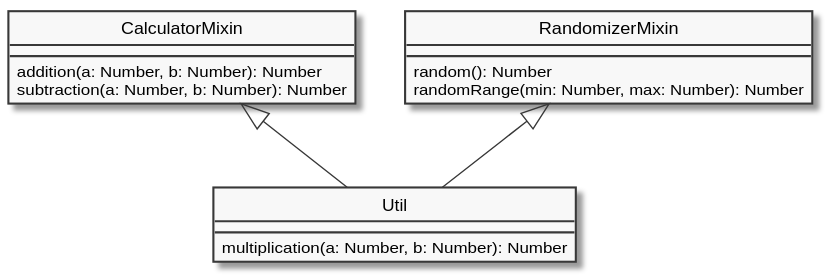
The PlantUML diagram core/object/assets/object-util-randomize-calculator.svg in ifpb/php-guide, before a commit. The source it was exported from:
```plantuml
@startuml
skinparam classAttributeIconSize 0
skinparam monochrome true
hide circle

class CalculatorMixin {
    addition(a: Number, b: Number): Number
    subtraction(a: Number, b: Number): Number
}

class RandomizerMixin {
    random(): Number
    randomRange(min: Number, max: Number): Number
}

class Util {
    multiplication(a: Number, b: Number): Number
}

CalculatorMixin <|-- Util
RandomizerMixin <|-- Util
@enduml
```
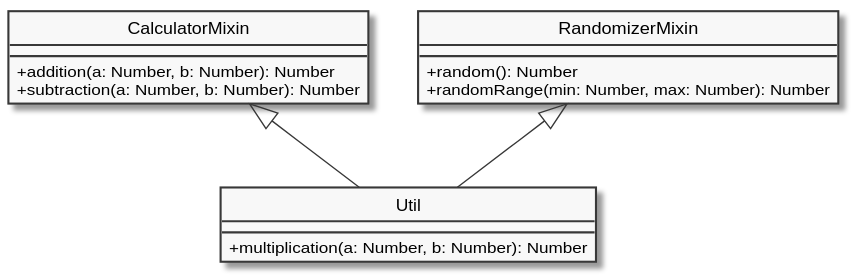
Above is the later version.

Change to the diagram source:
```diff
@@ -4,17 +4,17 @@
 hide circle
 
 class CalculatorMixin {
-    addition(a: Number, b: Number): Number
-    subtraction(a: Number, b: Number): Number
+    +addition(a: Number, b: Number): Number
+    +subtraction(a: Number, b: Number): Number
 }
 
 class RandomizerMixin {
-    random(): Number
-    randomRange(min: Number, max: Number): Number
+    +random(): Number
+    +randomRange(min: Number, max: Number): Number
 }
 
 class Util {
-    multiplication(a: Number, b: Number): Number
+    +multiplication(a: Number, b: Number): Number
 }
 
 CalculatorMixin <|-- Util
```
